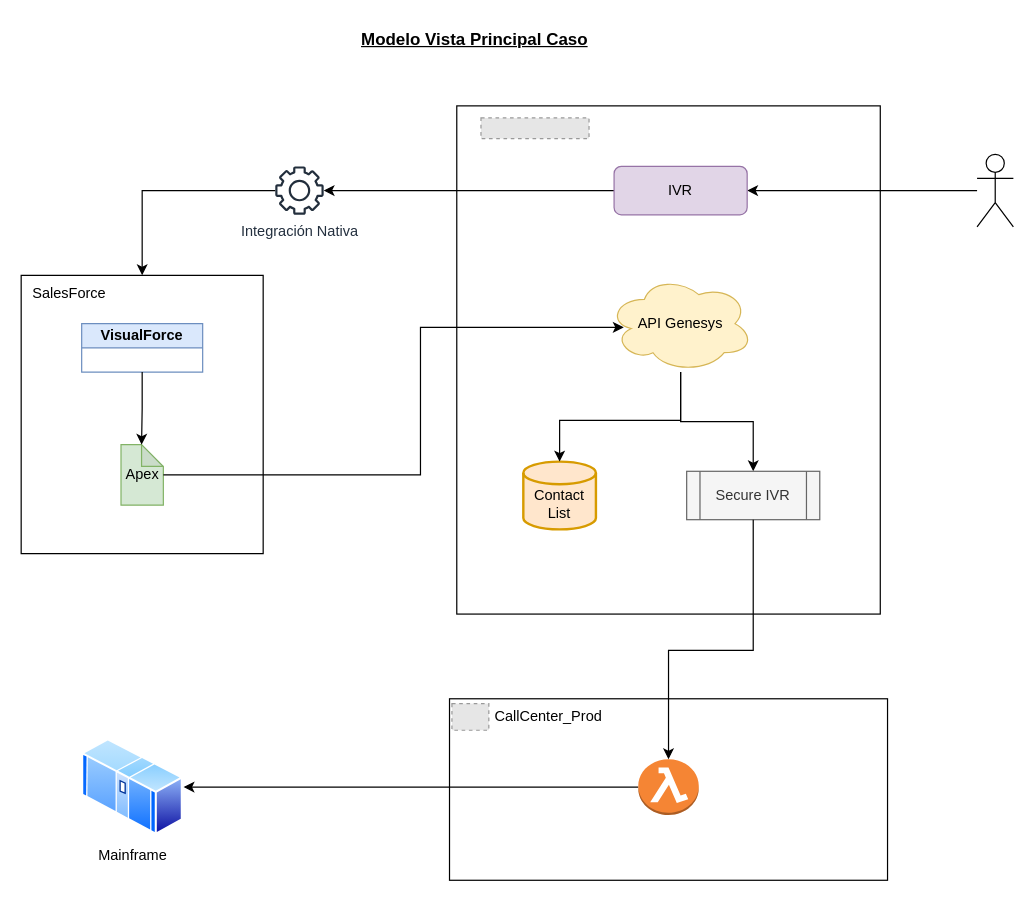
This is page "Modelo Caso" (1 of 2) of Modelo General SF Genesys.drawio from nonate/personalProject, a draw.io file, before an edit. Source tidied: cells renumbered, new cells numbered last; positions are measured from the earlier drawing's top-left corner, leaving out a move shared by most shapes. Both pictures are drawn from the tidied source at 121%, with x=0, y=0 at pixel (21, 21). Pictures stored in the file or linked from it are replaced by grey dashed boxes.
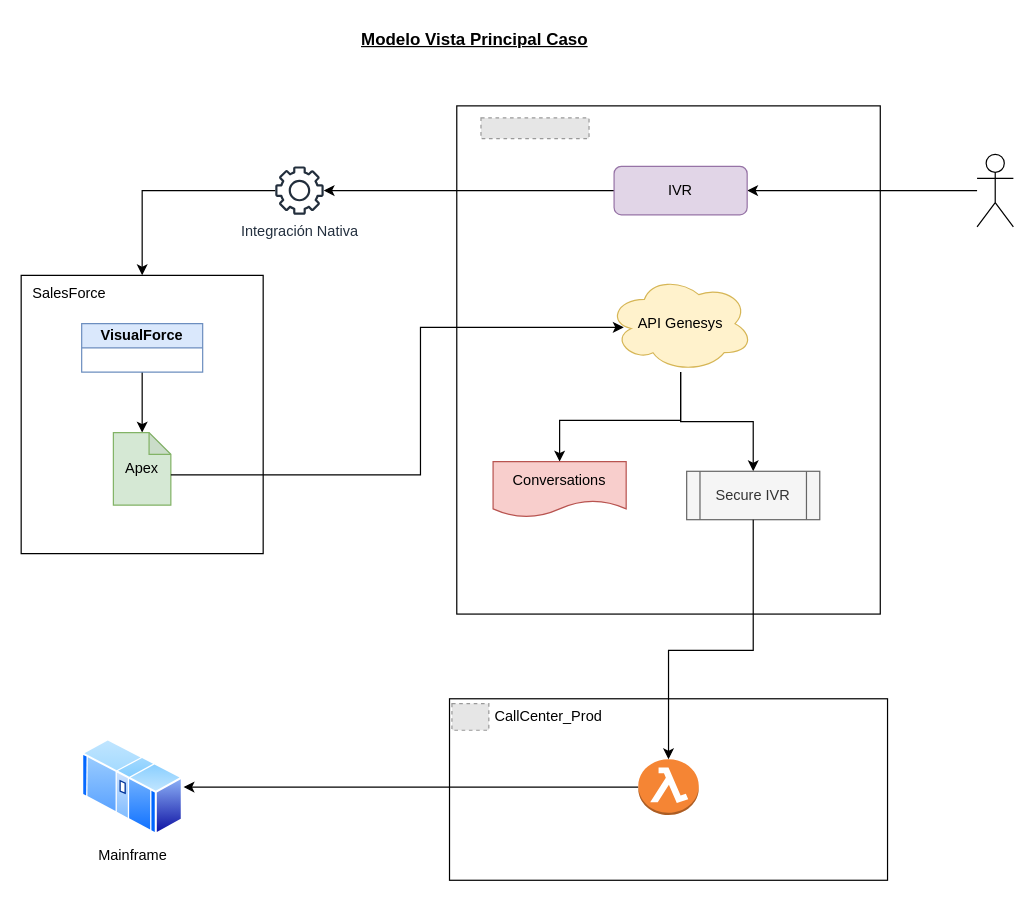
The same diagram, later.

The change refers to these unchanged cells:
```xml
<mxCell id="4" value="VisualForce" style="swimlane;whiteSpace=wrap;html=1;startSize=20;fillColor=#dae8fc;strokeColor=#6c8ebf;" parent="1" vertex="1">
  <mxGeometry x="50" y="250" width="100" height="40" as="geometry" />
</mxCell>
<mxCell id="17" value="API Genesys" style="ellipse;shape=cloud;whiteSpace=wrap;html=1;fillColor=#fff2cc;strokeColor=#d6b656;" parent="1" vertex="1">
  <mxGeometry x="485" y="210" width="120" height="80" as="geometry" />
</mxCell>
```

What changed in the source:
```diff
@@
+    <mxCell id="6" style="edgeStyle=orthogonalEdgeStyle;rounded=0;jettySize=auto;html=1;" parent="1" edge="1" source="4" target="5">
+      <mxGeometry relative="1" as="geometry" />
+    </mxCell>
@@
     <mxCell id="5" value="Apex" style="shape=note;whiteSpace=wrap;html=1;backgroundOutline=1;darkOpacity=0.05;size=18;fillColor=#d5e8d4;strokeColor=#82b366;" parent="1" vertex="1">
-      <mxGeometry x="82.5" y="350" width="35" height="50" as="geometry" />
+      <mxGeometry x="76.2" y="340" width="47.5" height="60" as="geometry" />
     </mxCell>
-    <mxCell id="6" style="edgeStyle=orthogonalEdgeStyle;rounded=0;jettySize=auto;html=1;entryX=0;entryY=0;entryDx=17;entryDy=0;entryPerimeter=0;" parent="1" edge="1" source="4" target="5">
-      <mxGeometry relative="1" as="geometry" />
-    </mxCell>
@@
-    <mxCell id="18" style="edgeStyle=orthogonalEdgeStyle;rounded=0;jettySize=auto;html=1;entryX=0.108;entryY=0.538;entryDx=0;entryDy=0;entryPerimeter=0;" parent="1" edge="1" source="5" target="17">
+    <mxCell id="18" style="edgeStyle=orthogonalEdgeStyle;rounded=0;jettySize=auto;html=1;entryX=0.108;entryY=0.538;entryDx=0;entryDy=0;entryPerimeter=0;strokeColor=default;" parent="1" edge="1" source="5" target="17">
       <mxGeometry relative="1" as="geometry">
         <Array as="points">
           <mxPoint x="330" y="375" />
           <mxPoint x="330" y="253" />
         </Array>
       </mxGeometry>
     </mxCell>
-    <mxCell id="19" value="&lt;br&gt;Contact&lt;br&gt;List" style="strokeWidth=2;html=1;shape=mxgraph.flowchart.database;whiteSpace=wrap;fillColor=#ffe6cc;strokeColor=#d79b00;" parent="1" vertex="1">
-      <mxGeometry x="415" y="364" width="60" height="56" as="geometry" />
-    </mxCell>
-    <mxCell id="20" style="edgeStyle=orthogonalEdgeStyle;rounded=0;jettySize=auto;html=1;entryX=0.5;entryY=0;entryDx=0;entryDy=0;entryPerimeter=0;" parent="1" edge="1" source="17" target="19">
+    <mxCell id="20" style="edgeStyle=orthogonalEdgeStyle;rounded=0;jettySize=auto;html=1;entryX=0.5;entryY=0;entryDx=0;entryDy=0;entryPerimeter=0;" parent="1" edge="1" source="17">
       <mxGeometry relative="1" as="geometry">
+        <mxPoint x="445" y="364" as="targetPoint" />
         <Array as="points">
           <mxPoint x="545" y="330" />
           <mxPoint x="445" y="330" />
         </Array>
       </mxGeometry>
     </mxCell>
@@
+    <mxCell id="29" value="Conversations" style="shape=document;whiteSpace=wrap;html=1;boundedLbl=1;fillColor=#f8cecc;strokeColor=#b85450;" parent="1" vertex="1">
+      <mxGeometry x="390" y="364" width="110" height="46" as="geometry" />
+    </mxCell>
```
